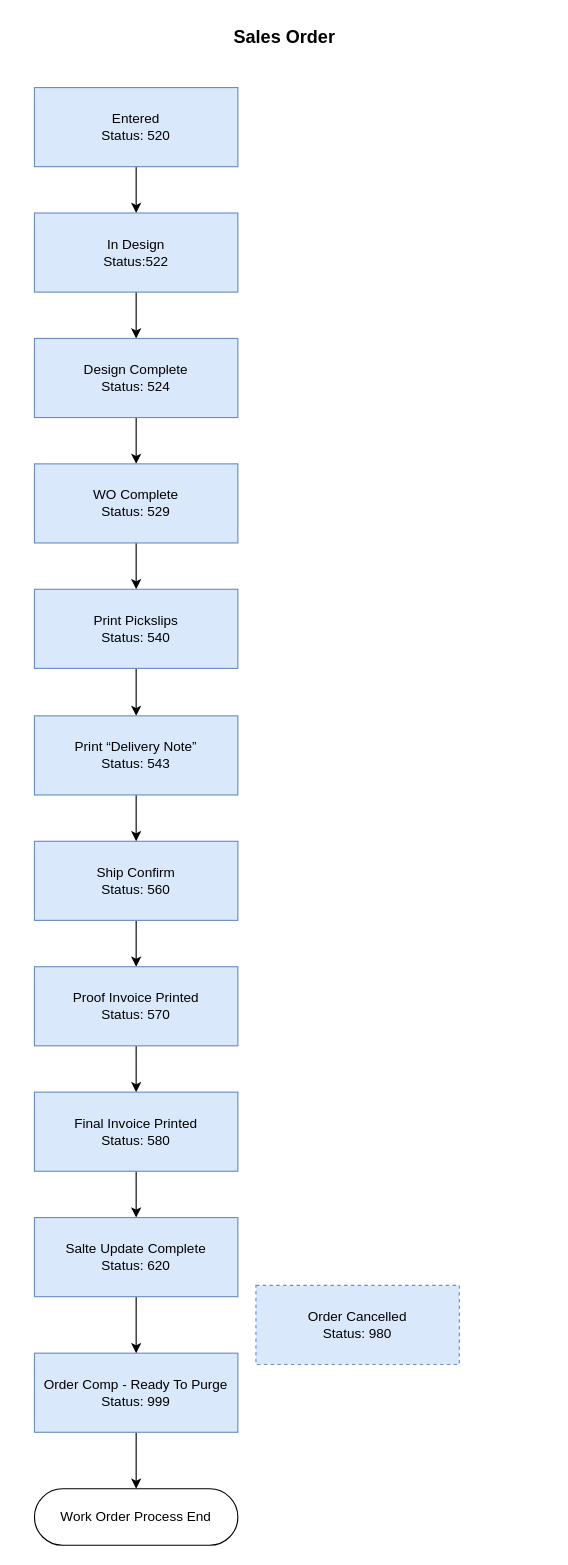
Before: JDE Status Flowchart/Sales Order.drawio in tuutoo/drawio-charts, a draw.io diagram. Source tidied: cells renumbered, new cells numbered last; positions are measured from the earlier drawing's top-left corner, leaving out a move shared by most shapes. Both pictures are drawn from the tidied source at 113%, with x=0, y=0 at pixel (19, 19).
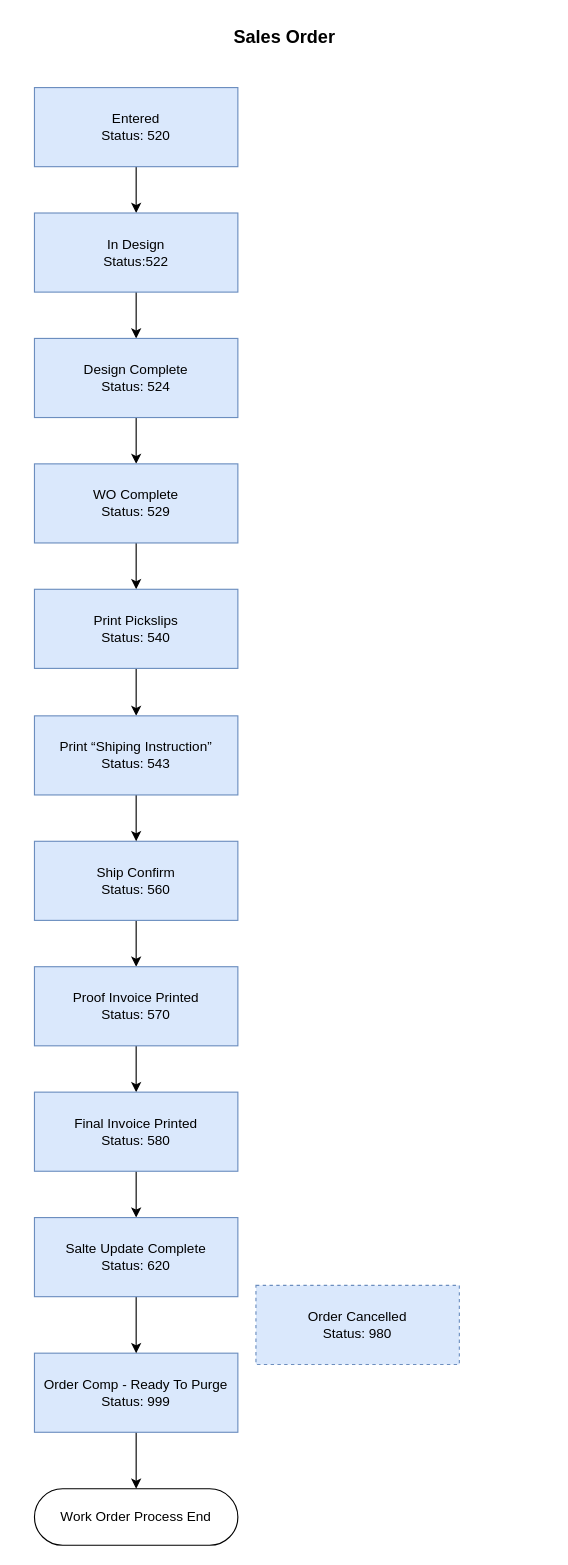
After the change.

What changed in the source:
```diff
@@
-    <mxCell id="26" value="Print “Delivery Note”&lt;br&gt;Status: 543" style="rounded=0;whiteSpace=wrap;html=1;fillColor=#dae8fc;strokeColor=#6c8ebf;" parent="1" vertex="1">
+    <mxCell id="26" value="Print “Shiping Instruction”&lt;br&gt;Status: 543" style="rounded=0;whiteSpace=wrap;html=1;fillColor=#dae8fc;strokeColor=#6c8ebf;" parent="1" vertex="1">
       <mxGeometry x="13" y="616" width="180" height="70" as="geometry" />
     </mxCell>
```
